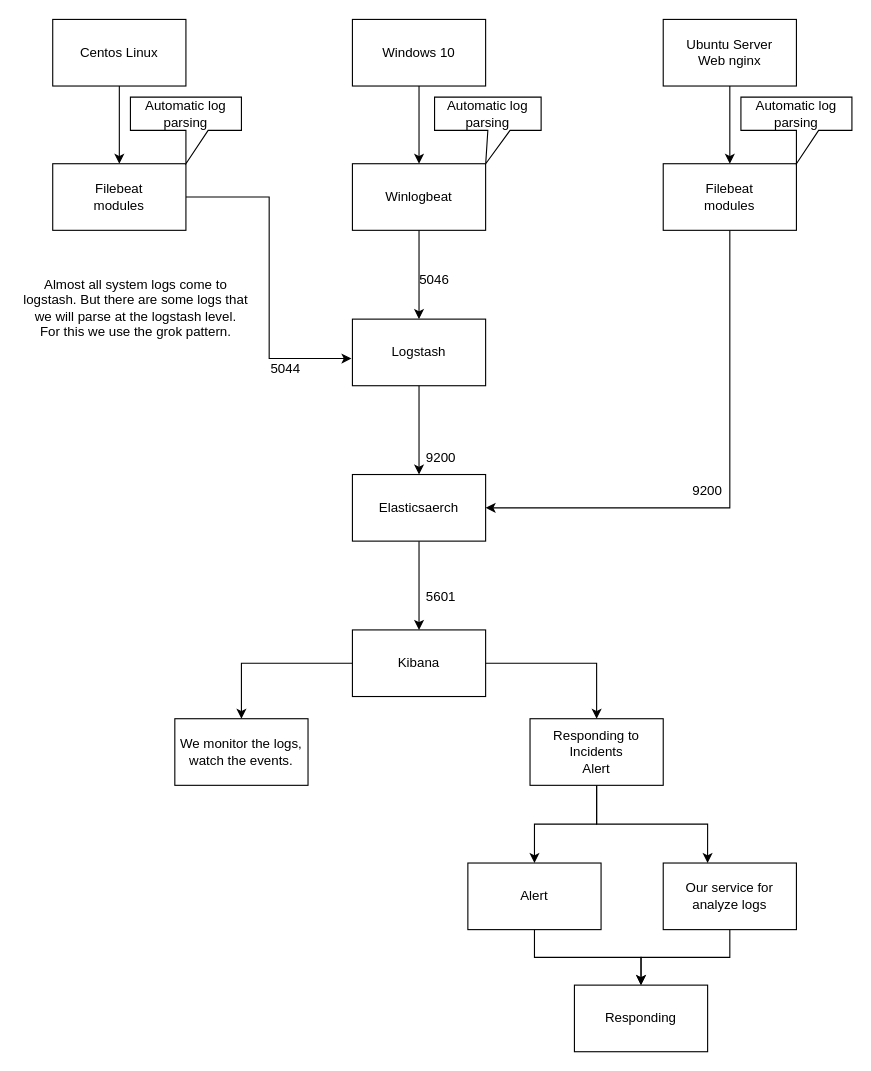
Before: Untitled Diagram.drawio in KDimash/Schema1.0, a draw.io diagram. Source tidied: cells renumbered, new cells numbered last; positions are measured from the earlier drawing's top-left corner, leaving out a move shared by most shapes. Both pictures are drawn from the tidied source at 111%, with x=0, y=0 at pixel (19, 19).
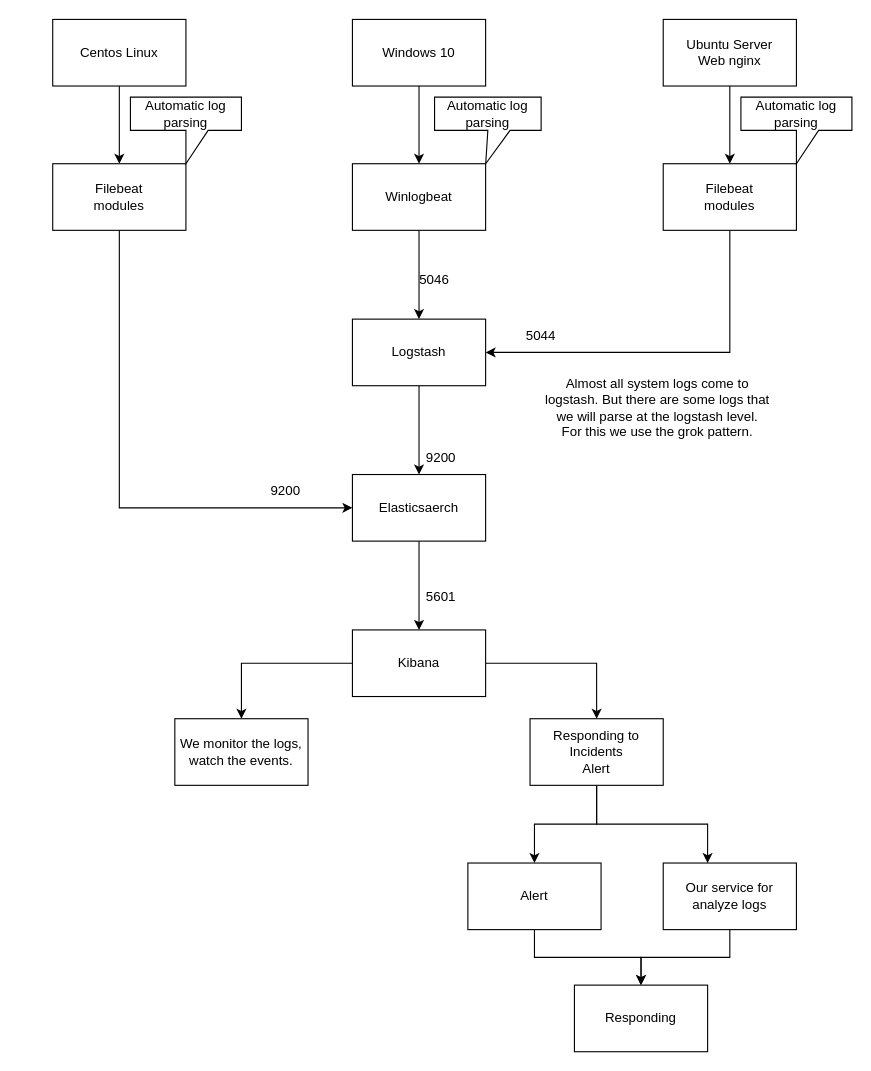
The same page after the edit.

The change refers to these unchanged cells:
```xml
<mxCell id="9" value="Filebeat&lt;br&gt;modules" style="rounded=0;whiteSpace=wrap;html=1;" parent="1" vertex="1">
  <mxGeometry x="30" y="130" width="120" height="60" as="geometry" />
</mxCell>
<mxCell id="13" value="Filebeat&lt;br&gt;modules" style="rounded=0;whiteSpace=wrap;html=1;" parent="1" vertex="1">
  <mxGeometry x="580" y="130" width="120" height="60" as="geometry" />
</mxCell>
<mxCell id="15" value="Logstash" style="rounded=0;whiteSpace=wrap;html=1;" parent="1" vertex="1">
  <mxGeometry x="300" y="270" width="120" height="60" as="geometry" />
</mxCell>
<mxCell id="17" value="Elasticsaerch" style="rounded=0;whiteSpace=wrap;html=1;" parent="1" vertex="1">
  <mxGeometry x="300" y="410" width="120" height="60" as="geometry" />
</mxCell>
```

Diff of the diagram source:
```diff
@@
-    <mxCell id="8" style="edgeStyle=orthogonalEdgeStyle;rounded=0;jettySize=auto;html=1;entryX=-0.007;entryY=0.592;entryDx=0;entryDy=0;entryPerimeter=0;" parent="1" edge="1" source="9" target="15">
-      <mxGeometry relative="1" as="geometry" />
+    <mxCell id="8" style="edgeStyle=orthogonalEdgeStyle;rounded=0;jettySize=auto;html=1;entryX=0;entryY=0.5;entryDx=0;entryDy=0;" parent="1" edge="1" source="9" target="17">
+      <mxGeometry relative="1" as="geometry">
+        <Array as="points">
+          <mxPoint x="90" y="440" />
+        </Array>
+      </mxGeometry>
     </mxCell>
@@
-    <mxCell id="12" style="edgeStyle=orthogonalEdgeStyle;rounded=0;jettySize=auto;html=1;entryX=1;entryY=0.5;entryDx=0;entryDy=0;" parent="1" edge="1" source="13" target="17">
-      <mxGeometry relative="1" as="geometry">
-        <Array as="points">
-          <mxPoint x="640" y="440" />
-        </Array>
-      </mxGeometry>
-    </mxCell>
+    <mxCell id="39" style="edgeStyle=orthogonalEdgeStyle;rounded=0;jettySize=auto;html=1;entryX=1;entryY=0.5;entryDx=0;entryDy=0;exitX=0.5;exitY=1;exitDx=0;exitDy=0;" parent="1" edge="1" source="13" target="15">
+      <mxGeometry relative="1" as="geometry" />
+    </mxCell>
@@
     <mxCell id="24" value="&lt;div&gt;Almost all system logs come to logstash. But there are some logs that we will parse at the logstash level.&lt;/div&gt;&lt;div&gt;For this we use the grok pattern.&lt;/div&gt;" style="text;html=1;strokeColor=none;fillColor=none;align=center;verticalAlign=middle;whiteSpace=wrap;rounded=0;" parent="1" vertex="1">
-      <mxGeometry y="210" width="210" height="100" as="geometry" />
+      <mxGeometry x="470" y="300" width="210" height="100" as="geometry" />
     </mxCell>
     <mxCell id="25" value="5044" style="text;html=1;strokeColor=none;fillColor=none;align=center;verticalAlign=middle;whiteSpace=wrap;rounded=0;" parent="1" vertex="1">
-      <mxGeometry x="210" y="300" width="60" height="30" as="geometry" />
+      <mxGeometry x="440" y="270" width="60" height="30" as="geometry" />
     </mxCell>
@@
     <mxCell id="27" value="9200" style="text;html=1;strokeColor=none;fillColor=none;align=center;verticalAlign=middle;whiteSpace=wrap;rounded=0;" parent="1" vertex="1">
-      <mxGeometry x="590" y="410" width="60" height="30" as="geometry" />
+      <mxGeometry x="210" y="410" width="60" height="30" as="geometry" />
     </mxCell>
```
